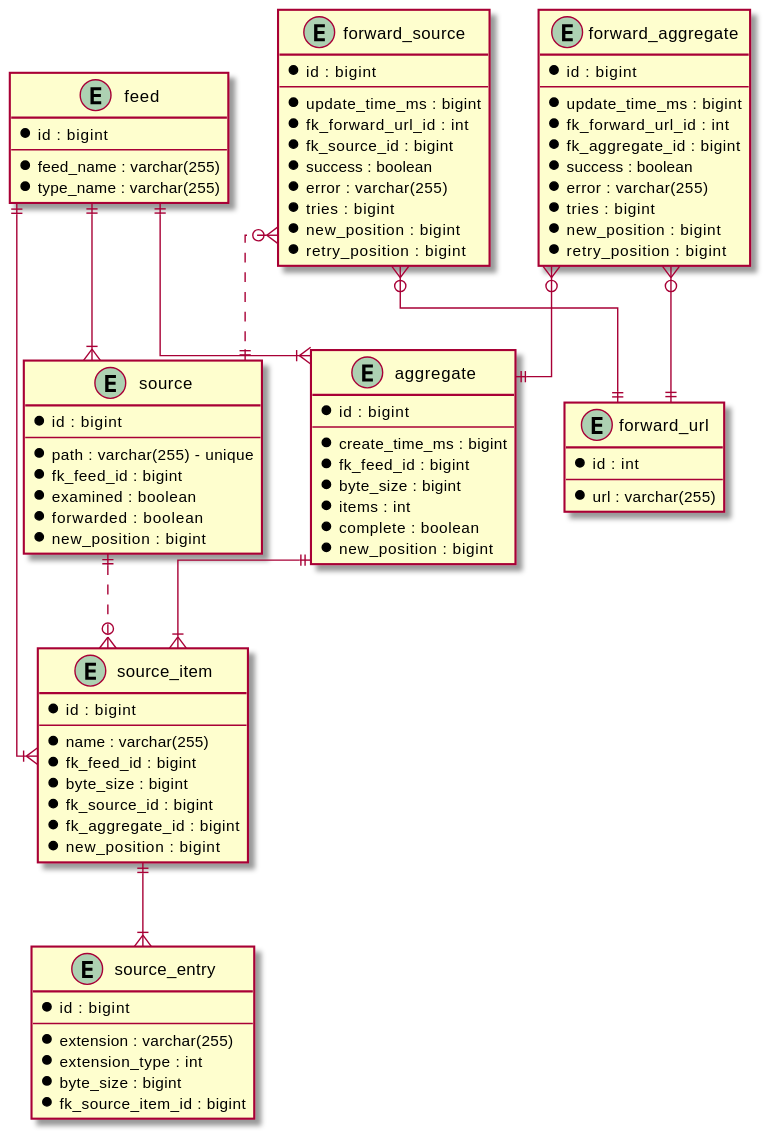
This is stroom-proxy/stroom-proxy-app/doc/all-entity.svg from gchq/stroom, a PlantUML export, as it was before one commit.
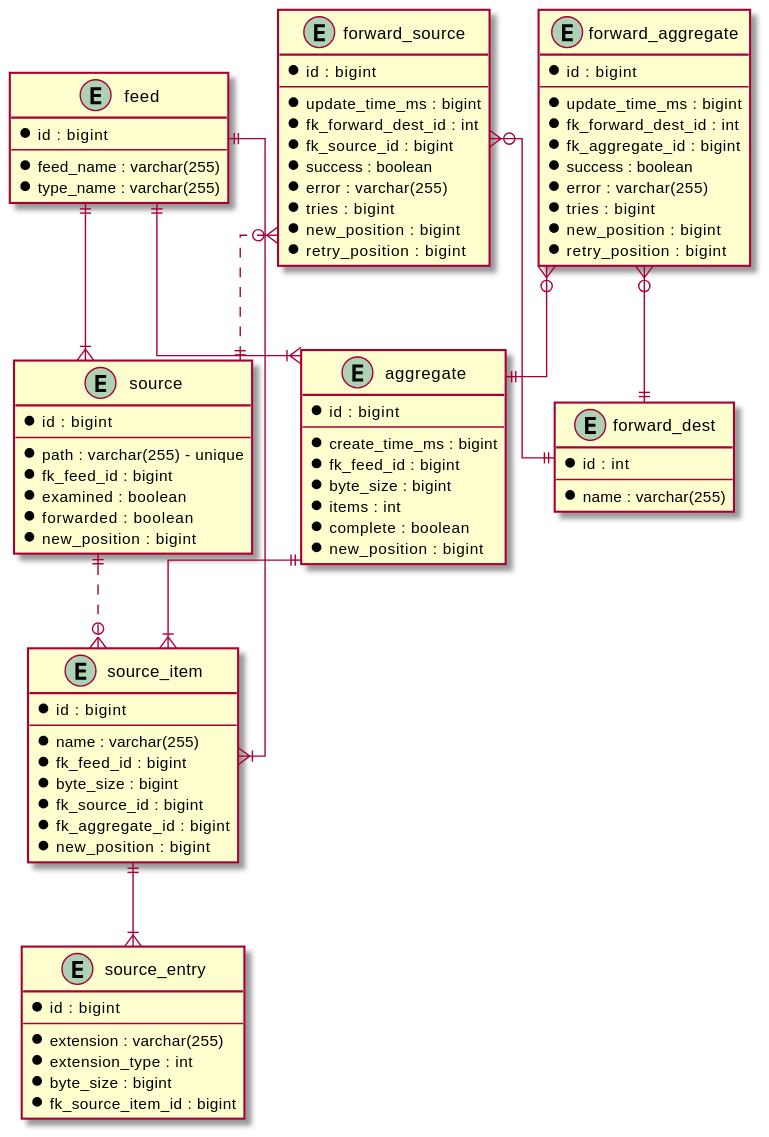
The same file after the commit.

Change to the diagram source:
```diff
@@ -50,17 +50,17 @@
   *new_position : bigint
 }
 
-entity forward_url {
+entity forward_dest {
   *id : int
   --
-  *url : varchar(255)
+  *name : varchar(255)
 }
 
 entity forward_source {
   *id : bigint
   --
   *update_time_ms : bigint
-  *fk_forward_url_id : int
+  *fk_forward_dest_id : int
   *fk_source_id : bigint
   *success : boolean
   *error : varchar(255)
@@ -73,7 +73,7 @@
   *id : bigint
   --
   *update_time_ms : bigint
-  *fk_forward_url_id : int
+  *fk_forward_dest_id : int
   *fk_aggregate_id : bigint
   *success : boolean
   *error : varchar(255)
@@ -89,9 +89,9 @@
 source ||..o{ source_item
 source_item ||--|{ source_entry
 aggregate ||--|{ source_item
-forward_source }o--|| forward_url
+forward_source }o--|| forward_dest
 forward_source }o..|| source
-forward_aggregate }o--|| forward_url
+forward_aggregate }o--|| forward_dest
 forward_aggregate }o--|| aggregate
 
 @enduml
```
